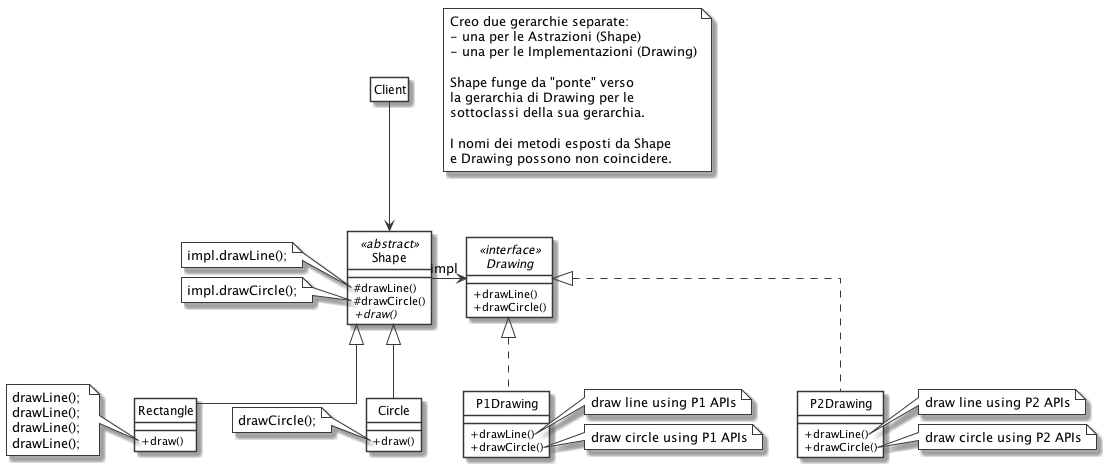
This is DesignPattern/Bridge/con/uml/class_diagram.png from dmi-tutorato-ids/materiale, a PlantUML export, as it was before one commit.
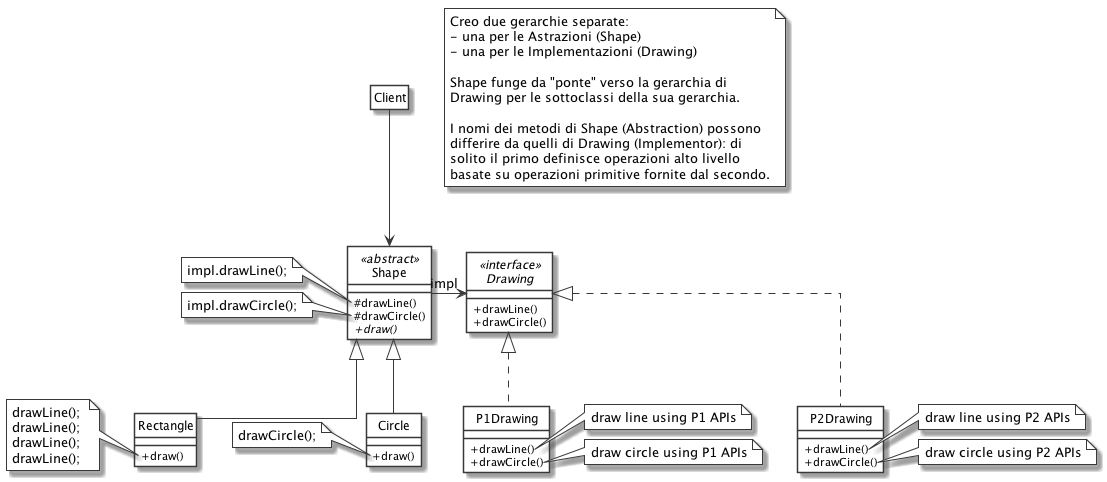
After the change.

The edit, as a diff of the source:
```diff
@@ -83,12 +83,13 @@
 	- una per le Astrazioni (Shape)
 	- una per le Implementazioni (Drawing)
 
-	Shape funge da "ponte" verso
-	la gerarchia di Drawing per le
-	sottoclassi della sua gerarchia.
+	Shape funge da "ponte" verso la gerarchia di
+	Drawing per le sottoclassi della sua gerarchia.
 
-	I nomi dei metodi esposti da Shape
-	e Drawing possono non coincidere.
+	I nomi dei metodi di Shape (Abstraction) possono
+	differire da quelli di Drawing (Implementor): di
+	solito il primo definisce operazioni alto livello
+	basate su operazioni primitive fornite dal secondo.
 end note
 
 @enduml
```
